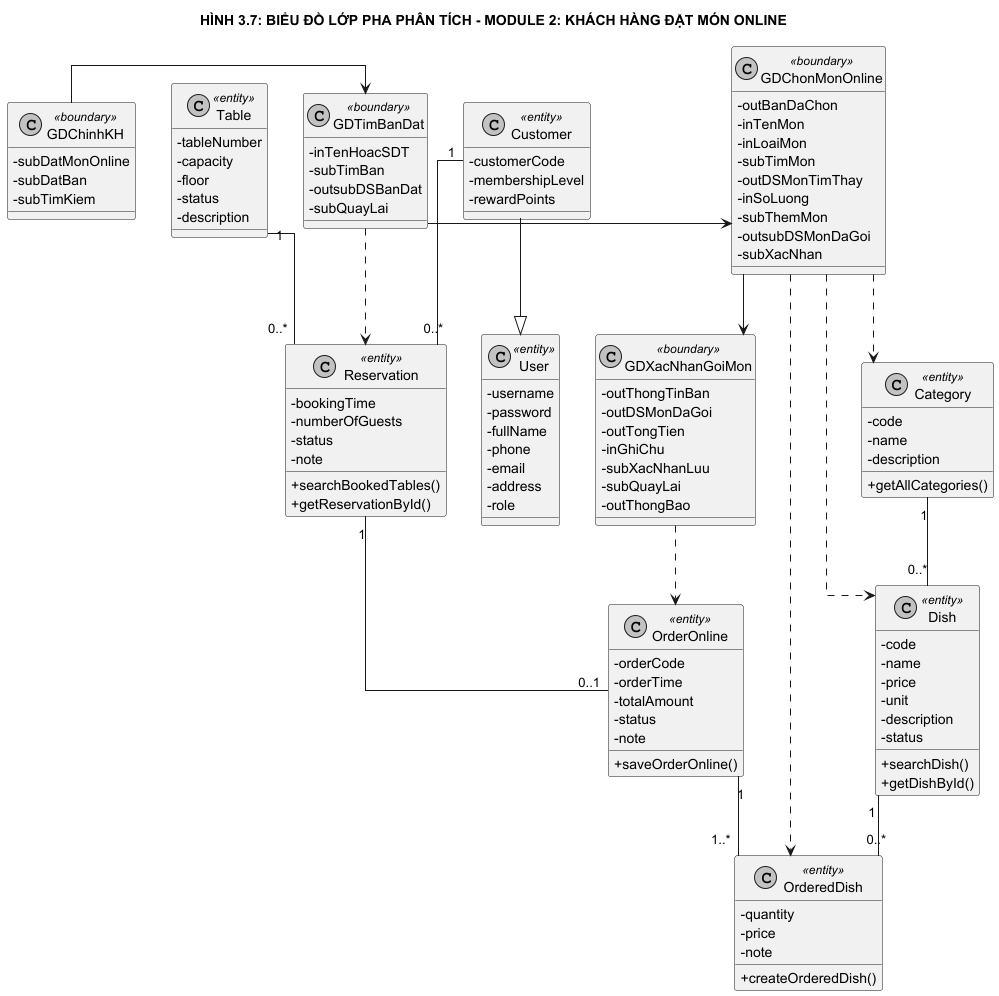
Above: docs/diagrams/Analysis_03_Module2_ClassDiagram.png in NEWBIE1005/RMS_RestaurantManagementSystem (PlantUML), before the change.
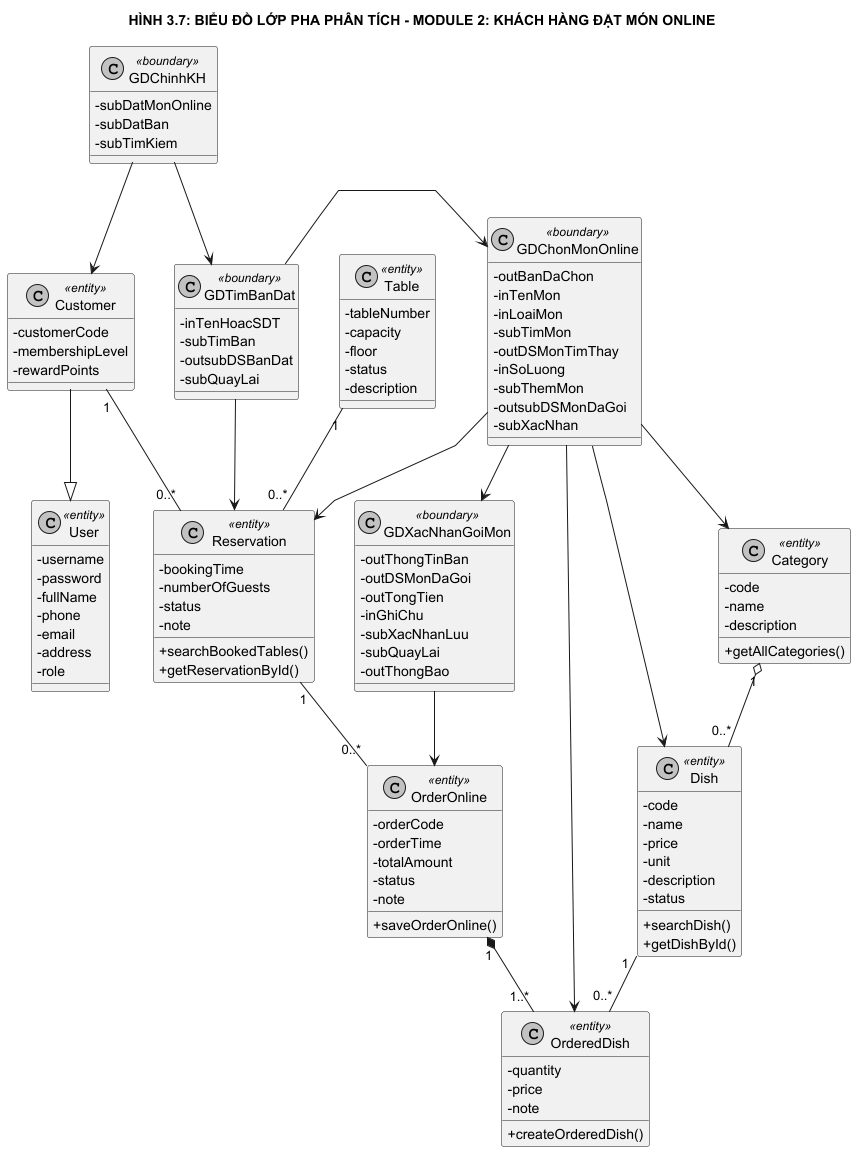
After the change.

The edit, as a diff of the source:
```diff
@@ -2,8 +2,10 @@
 skinparam classAttributeIconSize 0
 skinparam monochrome true
 skinparam shadowing false
-skinparam linetype ortho
+skinparam linetype polyline
 skinparam packageStyle rectangle
+skinparam nodesep 40
+skinparam ranksep 55
 
 title HÌNH 3.7: BIỂU ĐỒ LỚP PHA PHÂN TÍCH - MODULE 2: KHÁCH HÀNG ĐẶT MÓN ONLINE
 
@@ -109,22 +111,24 @@
     + saveOrderOnline()
 }
 
-Customer --|> User
-Customer "1" -- "0..*" Reservation
-Table "1" -- "0..*" Reservation
-Reservation "1" -- "0..1" OrderOnline
-OrderOnline "1" -- "1..*" OrderedDish
-Dish "1" -- "0..*" OrderedDish
-Category "1" -- "0..*" Dish
-
 GDChinhKH -right-> GDTimBanDat
 GDTimBanDat -right-> GDChonMonOnline
 GDChonMonOnline -right-> GDXacNhanGoiMon
 
-GDTimBanDat ..> Reservation
-GDChonMonOnline ..> Category
-GDChonMonOnline ..> Dish
-GDChonMonOnline ..> OrderedDish
-GDXacNhanGoiMon ..> OrderOnline
+GDChinhKH -down-> Customer
+GDTimBanDat -down-> Reservation
+GDChonMonOnline -down-> Reservation
+GDChonMonOnline -down-> Category
+GDChonMonOnline -down-> Dish
+GDChonMonOnline -down-> OrderedDish
+GDXacNhanGoiMon -down-> OrderOnline
+
+Customer -down-|> User
+Customer "1" -- "0..*" Reservation
+Table "1" -- "0..*" Reservation
+Category "1" o-- "0..*" Dish
+Reservation "1" -- "0..*" OrderOnline
+OrderOnline "1" *-- "1..*" OrderedDish
+Dish "1" -- "0..*" OrderedDish
 
 @enduml
```
